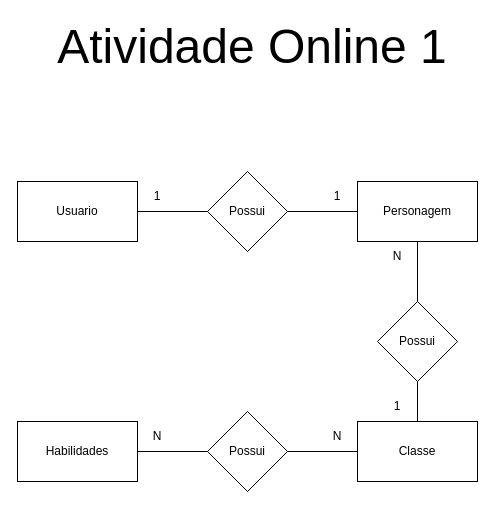
Earlier version of the draw.io diagram Atividade online 1/AO1.drawio (welingtonvb/uc13). Source tidied: cells renumbered, new cells numbered last; positions are measured from the earlier drawing's top-left corner, leaving out a move shared by most shapes. Both pictures are drawn from the tidied source at 100%, with x=0, y=0 at pixel (17, 31).
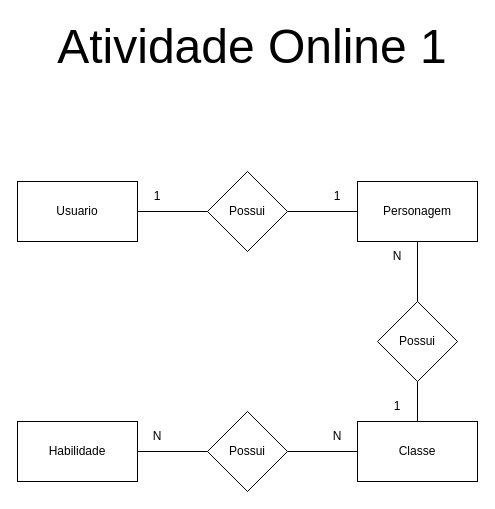
The same page after the edit.

What changed in the source:
```diff
@@
-    <mxCell id="8" value="Habilidades" style="rounded=0;whiteSpace=wrap;html=1;" parent="1" vertex="1">
+    <mxCell id="8" value="Habilidade" style="rounded=0;whiteSpace=wrap;html=1;" parent="1" vertex="1">
       <mxGeometry y="390" width="120" height="60" as="geometry" />
     </mxCell>
```
